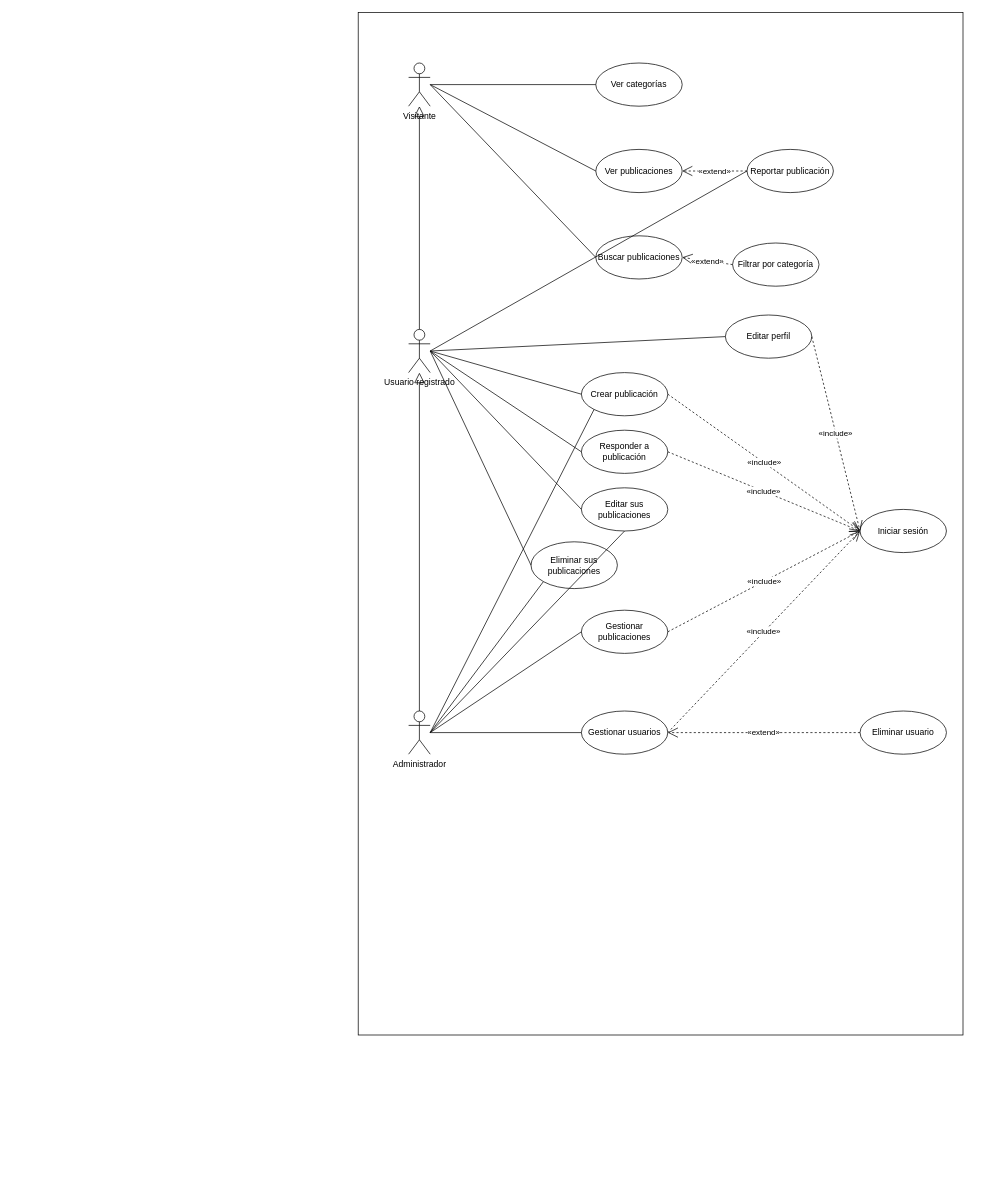
The draw.io diagram Fase de Diseño/Casos de uso/casos de uso drawio/Casos de Uso.drawio in daniinigogarcia98/Proyecto-Intermodular, before the edit. Source tidied: cells renumbered, new cells numbered last; positions are measured from the earlier drawing's top-left corner, leaving out a move shared by most shapes. Both pictures are drawn from the tidied source at 72%, with x=0, y=0 at pixel (358, 12).
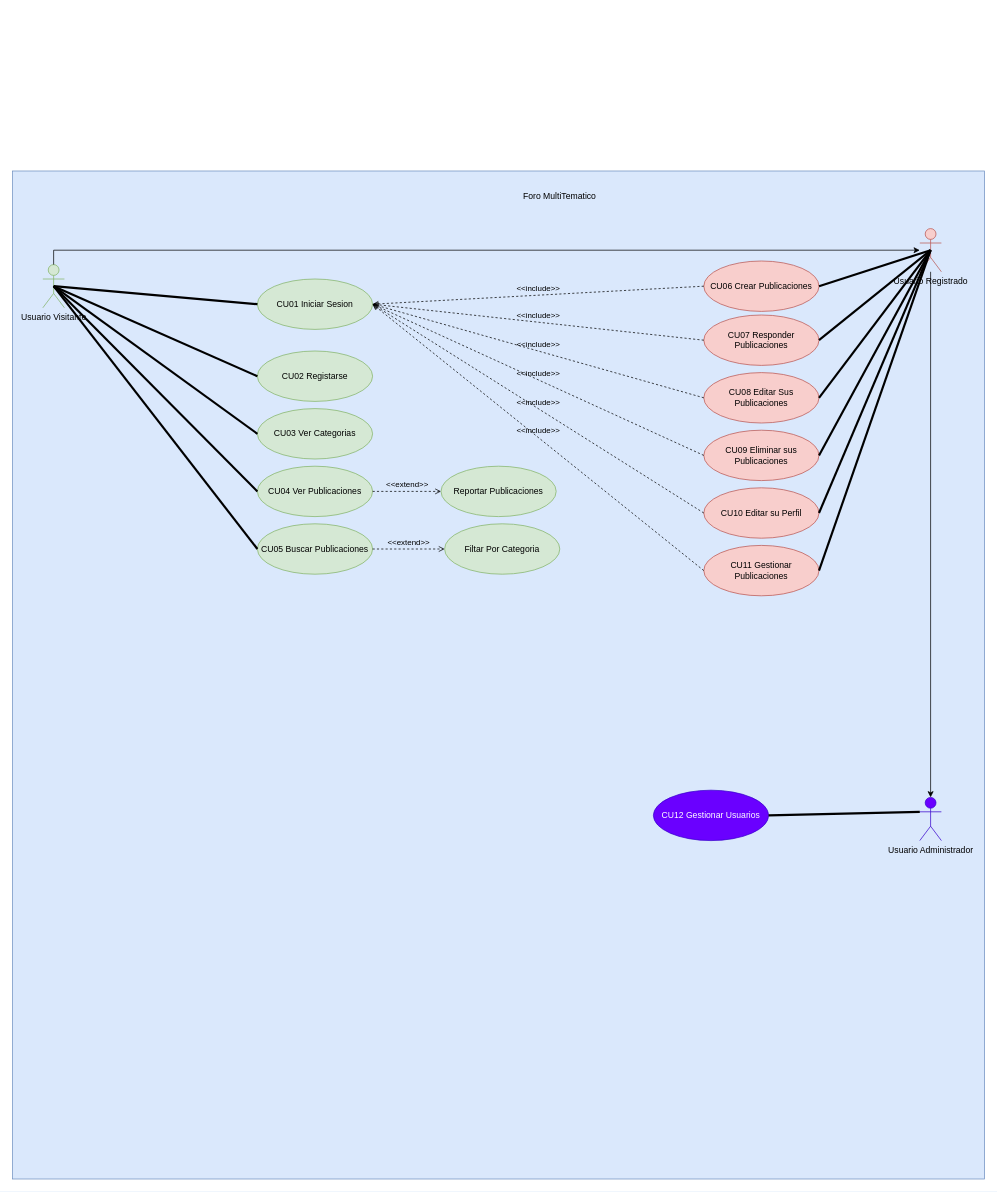
Above is the later version.

Change to the diagram source:
```diff
@@
-    <mxCell id="2" style="rounded=0;whiteSpace=wrap;html=1;" parent="1" vertex="1">
-      <mxGeometry width="840" height="1420" as="geometry" />
-    </mxCell>
-    <mxCell id="3" value="Visitante" style="shape=umlActor;verticalLabelPosition=bottom;labelBackgroundColor=#ffffff;verticalAlign=top;html=1;outlineConnect=0;" parent="1" vertex="1">
-      <mxGeometry x="70" y="70" width="30" height="60" as="geometry" />
-    </mxCell>
-    <mxCell id="4" value="Usuario registrado" style="shape=umlActor;verticalLabelPosition=bottom;labelBackgroundColor=#ffffff;verticalAlign=top;html=1;outlineConnect=0;" parent="1" vertex="1">
-      <mxGeometry x="70" y="440" width="30" height="60" as="geometry" />
-    </mxCell>
-    <mxCell id="5" value="Administrador" style="shape=umlActor;verticalLabelPosition=bottom;labelBackgroundColor=#ffffff;verticalAlign=top;html=1;outlineConnect=0;" parent="1" vertex="1">
-      <mxGeometry x="70" y="970" width="30" height="60" as="geometry" />
-    </mxCell>
-    <mxCell id="6" value="Ver categorías" style="ellipse;whiteSpace=wrap;html=1;" parent="1" vertex="1">
-      <mxGeometry x="330" y="70" width="120" height="60" as="geometry" />
-    </mxCell>
-    <mxCell id="7" value="Ver publicaciones" style="ellipse;whiteSpace=wrap;html=1;" parent="1" vertex="1">
-      <mxGeometry x="330" y="190" width="120" height="60" as="geometry" />
-    </mxCell>
-    <mxCell id="8" value="Buscar publicaciones" style="ellipse;whiteSpace=wrap;html=1;" parent="1" vertex="1">
-      <mxGeometry x="330" y="310" width="120" height="60" as="geometry" />
-    </mxCell>
-    <mxCell id="9" value="Crear publicación" style="ellipse;whiteSpace=wrap;html=1;" parent="1" vertex="1">
-      <mxGeometry x="310" y="500" width="120" height="60" as="geometry" />
-    </mxCell>
-    <mxCell id="10" value="Responder a publicación" style="ellipse;whiteSpace=wrap;html=1;" parent="1" vertex="1">
-      <mxGeometry x="310" y="580" width="120" height="60" as="geometry" />
-    </mxCell>
-    <mxCell id="11" value="Editar sus publicaciones" style="ellipse;whiteSpace=wrap;html=1;" parent="1" vertex="1">
-      <mxGeometry x="310" y="660" width="120" height="60" as="geometry" />
-    </mxCell>
-    <mxCell id="12" value="Eliminar sus publicaciones" style="ellipse;whiteSpace=wrap;html=1;" parent="1" vertex="1">
-      <mxGeometry x="240" y="735" width="120" height="65" as="geometry" />
-    </mxCell>
-    <mxCell id="13" value="Reportar publicación" style="ellipse;whiteSpace=wrap;html=1;" parent="1" vertex="1">
-      <mxGeometry x="540" y="190" width="120" height="60" as="geometry" />
-    </mxCell>
-    <mxCell id="14" value="Editar perfil" style="ellipse;whiteSpace=wrap;html=1;" parent="1" vertex="1">
-      <mxGeometry x="510" y="420" width="120" height="60" as="geometry" />
-    </mxCell>
-    <mxCell id="15" value="Gestionar publicaciones" style="ellipse;whiteSpace=wrap;html=1;" parent="1" vertex="1">
-      <mxGeometry x="310" y="830" width="120" height="60" as="geometry" />
-    </mxCell>
-    <mxCell id="16" value="Gestionar usuarios" style="ellipse;whiteSpace=wrap;html=1;" parent="1" vertex="1">
-      <mxGeometry x="310" y="970" width="120" height="60" as="geometry" />
-    </mxCell>
-    <mxCell id="17" value="Iniciar sesión" style="ellipse;whiteSpace=wrap;html=1;" parent="1" vertex="1">
-      <mxGeometry x="697" y="690" width="120" height="60" as="geometry" />
-    </mxCell>
-    <mxCell id="18" value="Filtrar por categoría" style="ellipse;whiteSpace=wrap;html=1;" parent="1" vertex="1">
-      <mxGeometry x="520" y="320" width="120" height="60" as="geometry" />
-    </mxCell>
-    <mxCell id="19" value="Eliminar usuario" style="ellipse;whiteSpace=wrap;html=1;" parent="1" vertex="1">
-      <mxGeometry x="697" y="970" width="120" height="60" as="geometry" />
-    </mxCell>
-    <mxCell id="20" style="endArrow=none;html=1;entryX=0;entryY=0.5;exitX=1;exitY=0.5;" parent="1" edge="1" source="3" target="6">
-      <mxGeometry relative="1" as="geometry" />
-    </mxCell>
-    <mxCell id="21" style="endArrow=none;html=1;entryX=0;entryY=0.5;exitX=1;exitY=0.5;" parent="1" edge="1" source="3" target="7">
-      <mxGeometry relative="1" as="geometry" />
-    </mxCell>
-    <mxCell id="22" style="endArrow=none;html=1;entryX=0;entryY=0.5;exitX=1;exitY=0.5;" parent="1" edge="1" source="3" target="8">
-      <mxGeometry relative="1" as="geometry" />
-    </mxCell>
-    <mxCell id="23" style="endArrow=none;html=1;entryX=0;entryY=0.5;exitX=1;exitY=0.5;" parent="1" edge="1" source="4" target="9">
-      <mxGeometry relative="1" as="geometry" />
-    </mxCell>
-    <mxCell id="24" style="endArrow=none;html=1;entryX=0;entryY=0.5;exitX=1;exitY=0.5;" parent="1" edge="1" source="4" target="10">
-      <mxGeometry relative="1" as="geometry" />
-    </mxCell>
-    <mxCell id="25" style="endArrow=none;html=1;entryX=0;entryY=0.5;exitX=1;exitY=0.5;" parent="1" edge="1" source="4" target="11">
-      <mxGeometry relative="1" as="geometry" />
-    </mxCell>
-    <mxCell id="26" style="endArrow=none;html=1;entryX=0;entryY=0.5;exitX=1;exitY=0.5;" parent="1" edge="1" source="4" target="12">
-      <mxGeometry relative="1" as="geometry" />
-    </mxCell>
-    <mxCell id="27" style="endArrow=none;html=1;entryX=0;entryY=0.5;exitX=1;exitY=0.5;" parent="1" edge="1" source="4" target="13">
-      <mxGeometry relative="1" as="geometry" />
-    </mxCell>
-    <mxCell id="28" style="endArrow=none;html=1;entryX=0;entryY=0.5;exitX=1;exitY=0.5;" parent="1" edge="1" source="4" target="14">
-      <mxGeometry relative="1" as="geometry" />
-    </mxCell>
-    <mxCell id="29" style="endArrow=none;html=1;entryX=0;entryY=0.5;exitX=1;exitY=0.5;" parent="1" edge="1" source="5" target="15">
-      <mxGeometry relative="1" as="geometry" />
-    </mxCell>
-    <mxCell id="30" style="endArrow=none;html=1;entryX=0;entryY=0.5;exitX=1;exitY=0.5;" parent="1" edge="1" source="5" target="16">
-      <mxGeometry relative="1" as="geometry" />
-    </mxCell>
-    <mxCell id="31" value="«include»" style="endArrow=open;endSize=12;dashed=1;html=1;entryX=0;entryY=0.5;exitX=1;exitY=0.5;" parent="1" edge="1" source="9" target="17">
-      <mxGeometry relative="1" as="geometry" />
-    </mxCell>
-    <mxCell id="32" value="«include»" style="endArrow=open;endSize=12;dashed=1;html=1;entryX=0;entryY=0.5;exitX=1;exitY=0.5;" parent="1" edge="1" source="10" target="17">
-      <mxGeometry relative="1" as="geometry" />
-    </mxCell>
-    <mxCell id="33" value="«include»" style="endArrow=open;endSize=12;dashed=1;html=1;entryX=0;entryY=0.5;exitX=1;exitY=0.5;" parent="1" edge="1" source="14" target="17">
-      <mxGeometry relative="1" as="geometry" />
-    </mxCell>
-    <mxCell id="34" value="«include»" style="endArrow=open;endSize=12;dashed=1;html=1;entryX=0;entryY=0.5;exitX=1;exitY=0.5;" parent="1" edge="1" source="15" target="17">
-      <mxGeometry relative="1" as="geometry" />
-    </mxCell>
-    <mxCell id="35" value="«include»" style="endArrow=open;endSize=12;dashed=1;html=1;entryX=0;entryY=0.5;exitX=1;exitY=0.5;" parent="1" edge="1" source="16" target="17">
-      <mxGeometry relative="1" as="geometry" />
-    </mxCell>
-    <mxCell id="36" value="«extend»" style="endArrow=open;endSize=12;dashed=1;html=1;entryX=1;entryY=0.5;exitX=0;exitY=0.5;" parent="1" edge="1" source="18" target="8">
-      <mxGeometry relative="1" as="geometry" />
-    </mxCell>
-    <mxCell id="37" value="«extend»" style="endArrow=open;endSize=12;dashed=1;html=1;entryX=1;entryY=0.5;exitX=0;exitY=0.5;" parent="1" edge="1" source="13" target="7">
-      <mxGeometry relative="1" as="geometry" />
-    </mxCell>
-    <mxCell id="38" value="«extend»" style="endArrow=open;endSize=12;dashed=1;html=1;entryX=1;entryY=0.5;exitX=0;exitY=0.5;" parent="1" edge="1" source="19" target="16">
-      <mxGeometry relative="1" as="geometry" />
-    </mxCell>
-    <mxCell id="39" style="endArrow=block;endFill=0;endSize=12;html=1;exitX=0.5;exitY=0;entryX=0.5;entryY=1;" parent="1" edge="1" source="4" target="3">
-      <mxGeometry relative="1" as="geometry" />
-    </mxCell>
-    <mxCell id="40" style="endArrow=block;endFill=0;endSize=12;html=1;exitX=0.5;exitY=0;entryX=0.5;entryY=1;" parent="1" edge="1" source="5" target="4">
-      <mxGeometry relative="1" as="geometry" />
-    </mxCell>
-    <mxCell id="41" style="endArrow=none;html=1;rounded=0;entryX=0;entryY=1;entryDx=0;entryDy=0;" parent="1" edge="1" target="12">
-      <mxGeometry relative="1" as="geometry">
-        <mxPoint x="100" y="1000" as="sourcePoint" />
-      </mxGeometry>
-    </mxCell>
-    <mxCell id="42" style="endArrow=none;html=1;rounded=0;entryX=0;entryY=1;entryDx=0;entryDy=0;" parent="1" edge="1" target="9">
-      <mxGeometry relative="1" as="geometry">
-        <mxPoint x="100" y="1000" as="sourcePoint" />
-      </mxGeometry>
-    </mxCell>
-    <mxCell id="43" style="endArrow=none;html=1;rounded=0;entryX=0.5;entryY=1;entryDx=0;entryDy=0;" parent="1" edge="1" target="11">
-      <mxGeometry relative="1" as="geometry">
-        <mxPoint x="100" y="1000" as="sourcePoint" />
-      </mxGeometry>
-    </mxCell>
+    <mxCell id="44" style="rounded=0;whiteSpace=wrap;html=1;fillColor=#dae8fc;strokeColor=#6c8ebf;" parent="1" vertex="1">
+      <mxGeometry x="-480" y="220" width="1350" height="1400" as="geometry" />
+    </mxCell>
+    <mxCell id="45" value="Foro MultiTematico" style="text;html=1;whiteSpace=wrap;strokeColor=none;fillColor=none;align=center;verticalAlign=middle;rounded=0;" parent="1" vertex="1">
+      <mxGeometry x="-180" y="240" width="920" height="30" as="geometry" />
+    </mxCell>
+    <mxCell id="46" value="Usuario Visitante" style="shape=umlActor;verticalLabelPosition=bottom;verticalAlign=top;html=1;outlineConnect=0;fillColor=#d5e8d4;strokeColor=#82b366;" parent="1" vertex="1">
+      <mxGeometry x="-438" y="350" width="30" height="60" as="geometry" />
+    </mxCell>
+    <mxCell id="47" value="CU01 Iniciar Sesion" style="ellipse;whiteSpace=wrap;html=1;fillColor=#d5e8d4;strokeColor=#82b366;" parent="1" vertex="1">
+      <mxGeometry x="-140" y="370" width="160" height="70" as="geometry" />
+    </mxCell>
+    <mxCell id="48" value="CU03 Ver Categorias" style="ellipse;whiteSpace=wrap;html=1;fillColor=#d5e8d4;strokeColor=#82b366;" parent="1" vertex="1">
+      <mxGeometry x="-140" y="550" width="160" height="70" as="geometry" />
+    </mxCell>
+    <mxCell id="49" value="Usuario Registrado" style="shape=umlActor;verticalLabelPosition=bottom;verticalAlign=top;html=1;outlineConnect=0;fillColor=#f8cecc;strokeColor=#b85450;" parent="1" vertex="1">
+      <mxGeometry x="780" y="300" width="30" height="60" as="geometry" />
+    </mxCell>
+    <mxCell id="50" style="edgeStyle=orthogonalEdgeStyle;rounded=0;jettySize=auto;html=1;exitX=0.5;exitY=0;exitDx=0;exitDy=0;exitPerimeter=0;" parent="1" edge="1" source="46" target="49">
+      <mxGeometry relative="1" as="geometry" />
+    </mxCell>
+    <mxCell id="51" value="CU04 Ver Publicaciones" style="ellipse;whiteSpace=wrap;html=1;fillColor=#d5e8d4;strokeColor=#82b366;" parent="1" vertex="1">
+      <mxGeometry x="-140" y="630" width="160" height="70" as="geometry" />
+    </mxCell>
+    <mxCell id="52" value="CU02 Registarse" style="ellipse;whiteSpace=wrap;html=1;fillColor=#d5e8d4;strokeColor=#82b366;" parent="1" vertex="1">
+      <mxGeometry x="-140" y="470" width="160" height="70" as="geometry" />
+    </mxCell>
+    <mxCell id="53" value="CU05 Buscar Publicaciones" style="ellipse;whiteSpace=wrap;html=1;fillColor=#d5e8d4;strokeColor=#82b366;" parent="1" vertex="1">
+      <mxGeometry x="-140" y="710" width="160" height="70" as="geometry" />
+    </mxCell>
+    <mxCell id="54" value="Reportar Publicaciones" style="ellipse;whiteSpace=wrap;html=1;fillColor=#d5e8d4;strokeColor=#82b366;" parent="1" vertex="1">
+      <mxGeometry x="115" y="630" width="160" height="70" as="geometry" />
+    </mxCell>
+    <mxCell id="55" value="Filtar Por Categoria" style="ellipse;whiteSpace=wrap;html=1;fillColor=#d5e8d4;strokeColor=#82b366;" parent="1" vertex="1">
+      <mxGeometry x="120" y="710" width="160" height="70" as="geometry" />
+    </mxCell>
+    <mxCell id="56" value="CU06 Crear Publicaciones" style="ellipse;whiteSpace=wrap;html=1;fillColor=#f8cecc;strokeColor=#b85450;" parent="1" vertex="1">
+      <mxGeometry x="480" y="345" width="160" height="70" as="geometry" />
+    </mxCell>
+    <mxCell id="57" value="CU07 Responder Publicaciones" style="ellipse;whiteSpace=wrap;html=1;fillColor=#f8cecc;strokeColor=#b85450;" parent="1" vertex="1">
+      <mxGeometry x="480" y="420" width="160" height="70" as="geometry" />
+    </mxCell>
+    <mxCell id="58" value="CU08 Editar Sus Publicaciones" style="ellipse;whiteSpace=wrap;html=1;fillColor=#f8cecc;strokeColor=#b85450;" parent="1" vertex="1">
+      <mxGeometry x="480" y="500" width="160" height="70" as="geometry" />
+    </mxCell>
+    <mxCell id="59" value="CU09 Eliminar sus Publicaciones" style="ellipse;whiteSpace=wrap;html=1;fillColor=#f8cecc;strokeColor=#b85450;" parent="1" vertex="1">
+      <mxGeometry x="480" y="580" width="160" height="70" as="geometry" />
+    </mxCell>
+    <mxCell id="60" value="CU10 Editar su Perfil" style="ellipse;whiteSpace=wrap;html=1;fillColor=#f8cecc;strokeColor=#b85450;" parent="1" vertex="1">
+      <mxGeometry x="480" y="660" width="160" height="70" as="geometry" />
+    </mxCell>
+    <mxCell id="61" value="CU11 Gestionar Publicaciones" style="ellipse;whiteSpace=wrap;html=1;fillColor=#f8cecc;strokeColor=#b85450;" parent="1" vertex="1">
+      <mxGeometry x="480" y="740" width="160" height="70" as="geometry" />
+    </mxCell>
+    <mxCell id="62" value="&amp;lt;&amp;lt;include&amp;gt;&amp;gt;" style="html=1;verticalAlign=bottom;labelBackgroundColor=none;endArrow=open;endFill=0;dashed=1;rounded=0;exitX=0;exitY=0.5;exitDx=0;exitDy=0;entryX=1;entryY=0.5;entryDx=0;entryDy=0;" parent="1" edge="1" source="56" target="47">
+      <mxGeometry relative="1" as="geometry" />
+    </mxCell>
+    <mxCell id="63" value="&amp;lt;&amp;lt;include&amp;gt;&amp;gt;" style="html=1;verticalAlign=bottom;labelBackgroundColor=none;endArrow=open;endFill=0;dashed=1;rounded=0;exitX=0;exitY=0.5;exitDx=0;exitDy=0;entryX=1;entryY=0.5;entryDx=0;entryDy=0;" parent="1" edge="1" source="57" target="47">
+      <mxGeometry relative="1" as="geometry" />
+    </mxCell>
+    <mxCell id="64" value="&amp;lt;&amp;lt;extend&amp;gt;&amp;gt;" style="html=1;verticalAlign=bottom;labelBackgroundColor=none;endArrow=open;endFill=0;dashed=1;rounded=0;exitX=1;exitY=0.5;exitDx=0;exitDy=0;entryX=0;entryY=0.5;entryDx=0;entryDy=0;" parent="1" edge="1" source="51" target="54">
+      <mxGeometry relative="1" as="geometry" />
+    </mxCell>
+    <mxCell id="65" value="&amp;lt;&amp;lt;extend&amp;gt;&amp;gt;" style="html=1;verticalAlign=bottom;labelBackgroundColor=none;endArrow=open;endFill=0;dashed=1;rounded=0;exitX=1;exitY=0.5;exitDx=0;exitDy=0;entryX=0;entryY=0.5;entryDx=0;entryDy=0;" parent="1" edge="1" source="53" target="55">
+      <mxGeometry relative="1" as="geometry" />
+    </mxCell>
+    <mxCell id="66" value="&amp;lt;&amp;lt;include&amp;gt;&amp;gt;" style="html=1;verticalAlign=bottom;labelBackgroundColor=none;endArrow=open;endFill=0;dashed=1;rounded=0;exitX=0;exitY=0.5;exitDx=0;exitDy=0;entryX=1;entryY=0.5;entryDx=0;entryDy=0;" parent="1" edge="1" source="58" target="47">
+      <mxGeometry relative="1" as="geometry" />
+    </mxCell>
+    <mxCell id="67" value="&amp;lt;&amp;lt;include&amp;gt;&amp;gt;" style="html=1;verticalAlign=bottom;labelBackgroundColor=none;endArrow=open;endFill=0;dashed=1;rounded=0;exitX=0;exitY=0.5;exitDx=0;exitDy=0;entryX=1;entryY=0.5;entryDx=0;entryDy=0;" parent="1" edge="1" source="59" target="47">
+      <mxGeometry relative="1" as="geometry" />
+    </mxCell>
+    <mxCell id="68" value="&amp;lt;&amp;lt;include&amp;gt;&amp;gt;" style="html=1;verticalAlign=bottom;labelBackgroundColor=none;endArrow=open;endFill=0;dashed=1;rounded=0;exitX=0;exitY=0.5;exitDx=0;exitDy=0;entryX=1;entryY=0.5;entryDx=0;entryDy=0;" parent="1" edge="1" source="60" target="47">
+      <mxGeometry relative="1" as="geometry" />
+    </mxCell>
+    <mxCell id="69" value="&amp;lt;&amp;lt;include&amp;gt;&amp;gt;" style="html=1;verticalAlign=bottom;labelBackgroundColor=none;endArrow=open;endFill=0;dashed=1;rounded=0;exitX=0;exitY=0.5;exitDx=0;exitDy=0;entryX=1;entryY=0.5;entryDx=0;entryDy=0;" parent="1" edge="1" source="61" target="47">
+      <mxGeometry relative="1" as="geometry" />
+    </mxCell>
+    <mxCell id="70" value="&lt;font style=&quot;color: rgb(0, 0, 0);&quot;&gt;Usuario Administrador&lt;/font&gt;" style="shape=umlActor;verticalLabelPosition=bottom;verticalAlign=top;html=1;fillColor=#6a00ff;strokeColor=#3700CC;fontColor=#ffffff;" parent="1" vertex="1">
+      <mxGeometry x="780" y="1090" width="30" height="60" as="geometry" />
+    </mxCell>
+    <mxCell id="71" style="edgeStyle=orthogonalEdgeStyle;rounded=0;jettySize=auto;html=1;entryX=0.5;entryY=0;entryDx=0;entryDy=0;entryPerimeter=0;" parent="1" edge="1" source="49" target="70">
+      <mxGeometry relative="1" as="geometry" />
+    </mxCell>
+    <mxCell id="72" value="CU12 Gestionar Usuarios" style="ellipse;whiteSpace=wrap;html=1;fillColor=#6a00ff;strokeColor=#3700CC;fontColor=#ffffff;" parent="1" vertex="1">
+      <mxGeometry x="410" y="1080" width="160" height="70" as="geometry" />
+    </mxCell>
+    <mxCell id="73" style="endArrow=none;startArrow=none;endFill=0;startFill=0;endSize=8;html=1;verticalAlign=bottom;labelBackgroundColor=none;strokeWidth=3;rounded=0;exitX=1;exitY=0.5;exitDx=0;exitDy=0;entryX=0;entryY=0.3333333333333333;entryDx=0;entryDy=0;entryPerimeter=0;" parent="1" edge="1" source="72" target="70">
+      <mxGeometry relative="1" as="geometry" />
+    </mxCell>
+    <mxCell id="74" style="endArrow=none;startArrow=none;endFill=0;startFill=0;endSize=8;html=1;verticalAlign=bottom;labelBackgroundColor=none;strokeWidth=3;rounded=0;exitX=0.5;exitY=0.5;exitDx=0;exitDy=0;exitPerimeter=0;entryX=0;entryY=0.5;entryDx=0;entryDy=0;" parent="1" edge="1" source="46" target="47">
+      <mxGeometry relative="1" as="geometry" />
+    </mxCell>
+    <mxCell id="75" style="endArrow=none;startArrow=none;endFill=0;startFill=0;endSize=8;html=1;verticalAlign=bottom;labelBackgroundColor=none;strokeWidth=3;rounded=0;exitX=0.5;exitY=0.5;exitDx=0;exitDy=0;exitPerimeter=0;entryX=0;entryY=0.5;entryDx=0;entryDy=0;" parent="1" edge="1" source="46" target="52">
+      <mxGeometry relative="1" as="geometry" />
+    </mxCell>
+    <mxCell id="76" style="endArrow=none;startArrow=none;endFill=0;startFill=0;endSize=8;html=1;verticalAlign=bottom;labelBackgroundColor=none;strokeWidth=3;rounded=0;exitX=0.5;exitY=0.5;exitDx=0;exitDy=0;exitPerimeter=0;entryX=0;entryY=0.5;entryDx=0;entryDy=0;" parent="1" edge="1" source="46" target="48">
+      <mxGeometry relative="1" as="geometry" />
+    </mxCell>
+    <mxCell id="77" style="endArrow=none;startArrow=none;endFill=0;startFill=0;endSize=8;html=1;verticalAlign=bottom;labelBackgroundColor=none;strokeWidth=3;rounded=0;exitX=0.5;exitY=0.5;exitDx=0;exitDy=0;exitPerimeter=0;entryX=0;entryY=0.5;entryDx=0;entryDy=0;" parent="1" edge="1" source="46" target="51">
+      <mxGeometry relative="1" as="geometry" />
+    </mxCell>
+    <mxCell id="78" style="endArrow=none;startArrow=none;endFill=0;startFill=0;endSize=8;html=1;verticalAlign=bottom;labelBackgroundColor=none;strokeWidth=3;rounded=0;exitX=0.5;exitY=0.5;exitDx=0;exitDy=0;exitPerimeter=0;entryX=0;entryY=0.5;entryDx=0;entryDy=0;" parent="1" edge="1" source="46" target="53">
+      <mxGeometry relative="1" as="geometry" />
+    </mxCell>
+    <mxCell id="79" style="endArrow=none;startArrow=none;endFill=0;startFill=0;endSize=8;html=1;verticalAlign=bottom;labelBackgroundColor=none;strokeWidth=3;rounded=0;exitX=1;exitY=0.5;exitDx=0;exitDy=0;entryX=0.5;entryY=0.5;entryDx=0;entryDy=0;entryPerimeter=0;" parent="1" edge="1" source="56" target="49">
+      <mxGeometry relative="1" as="geometry" />
+    </mxCell>
+    <mxCell id="80" style="endArrow=none;startArrow=none;endFill=0;startFill=0;endSize=8;html=1;verticalAlign=bottom;labelBackgroundColor=none;strokeWidth=3;rounded=0;exitX=1;exitY=0.5;exitDx=0;exitDy=0;entryX=0.5;entryY=0.5;entryDx=0;entryDy=0;entryPerimeter=0;" parent="1" edge="1" source="57" target="49">
+      <mxGeometry relative="1" as="geometry" />
+    </mxCell>
+    <mxCell id="81" style="endArrow=none;startArrow=none;endFill=0;startFill=0;endSize=8;html=1;verticalAlign=bottom;labelBackgroundColor=none;strokeWidth=3;rounded=0;exitX=1;exitY=0.5;exitDx=0;exitDy=0;entryX=0.5;entryY=0.5;entryDx=0;entryDy=0;entryPerimeter=0;" parent="1" edge="1" source="58" target="49">
+      <mxGeometry relative="1" as="geometry" />
+    </mxCell>
+    <mxCell id="82" style="endArrow=none;startArrow=none;endFill=0;startFill=0;endSize=8;html=1;verticalAlign=bottom;labelBackgroundColor=none;strokeWidth=3;rounded=0;exitX=1;exitY=0.5;exitDx=0;exitDy=0;entryX=0.5;entryY=0.5;entryDx=0;entryDy=0;entryPerimeter=0;" parent="1" edge="1" source="59" target="49">
+      <mxGeometry relative="1" as="geometry" />
+    </mxCell>
+    <mxCell id="83" style="endArrow=none;startArrow=none;endFill=0;startFill=0;endSize=8;html=1;verticalAlign=bottom;labelBackgroundColor=none;strokeWidth=3;rounded=0;exitX=1;exitY=0.5;exitDx=0;exitDy=0;entryX=0.5;entryY=0.5;entryDx=0;entryDy=0;entryPerimeter=0;" parent="1" edge="1" source="60" target="49">
+      <mxGeometry relative="1" as="geometry" />
+    </mxCell>
+    <mxCell id="84" style="endArrow=none;startArrow=none;endFill=0;startFill=0;endSize=8;html=1;verticalAlign=bottom;labelBackgroundColor=none;strokeWidth=3;rounded=0;exitX=1;exitY=0.5;exitDx=0;exitDy=0;entryX=0.5;entryY=0.5;entryDx=0;entryDy=0;entryPerimeter=0;" parent="1" edge="1" source="61" target="49">
+      <mxGeometry relative="1" as="geometry" />
+    </mxCell>
```
